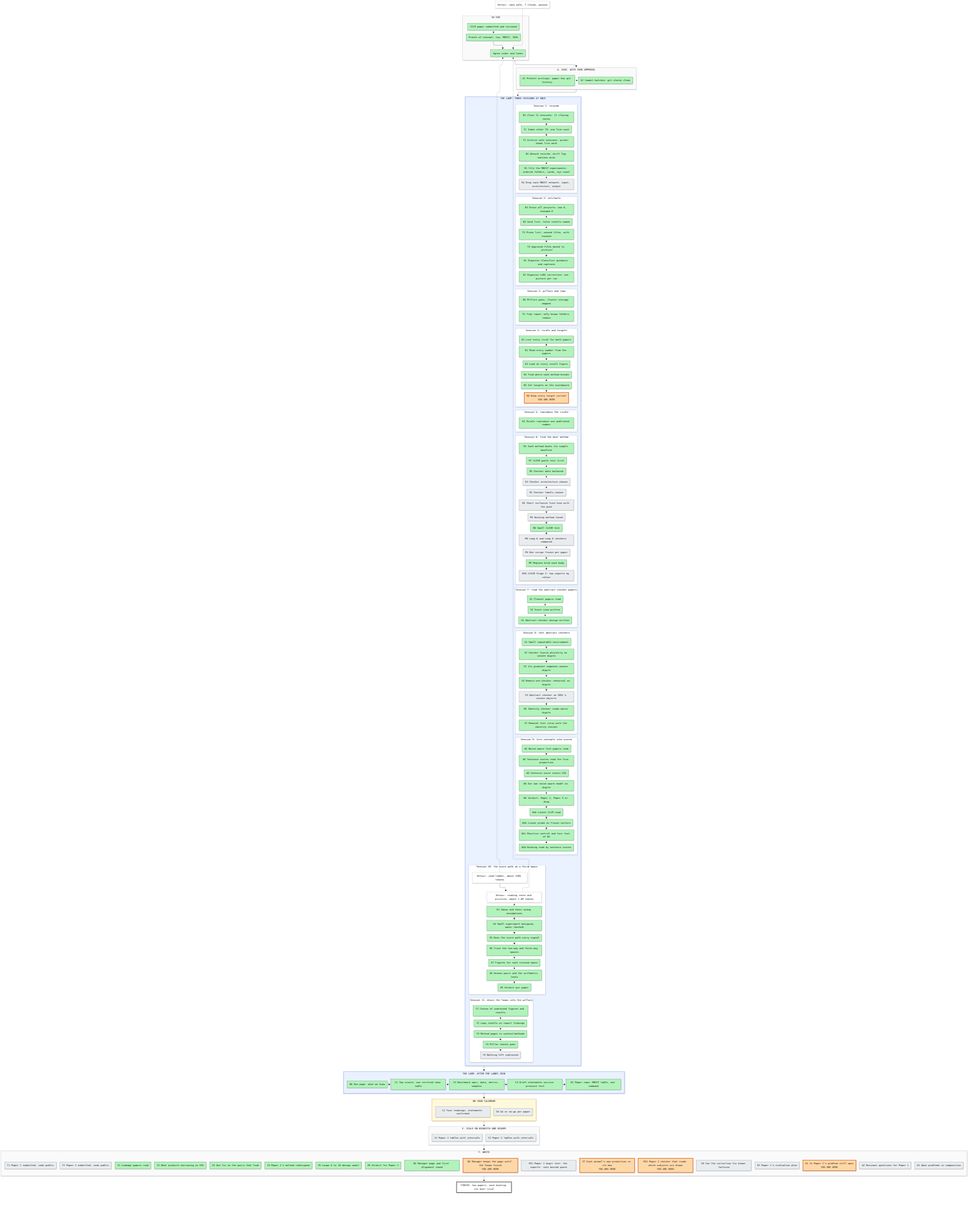
This is artifacts/notes/progress/map.png from mo-rsa24/concept-composition, a Mermaid export, as it was before one commit. Its source is kept beside it as artifacts/notes/progress/map.mmd.
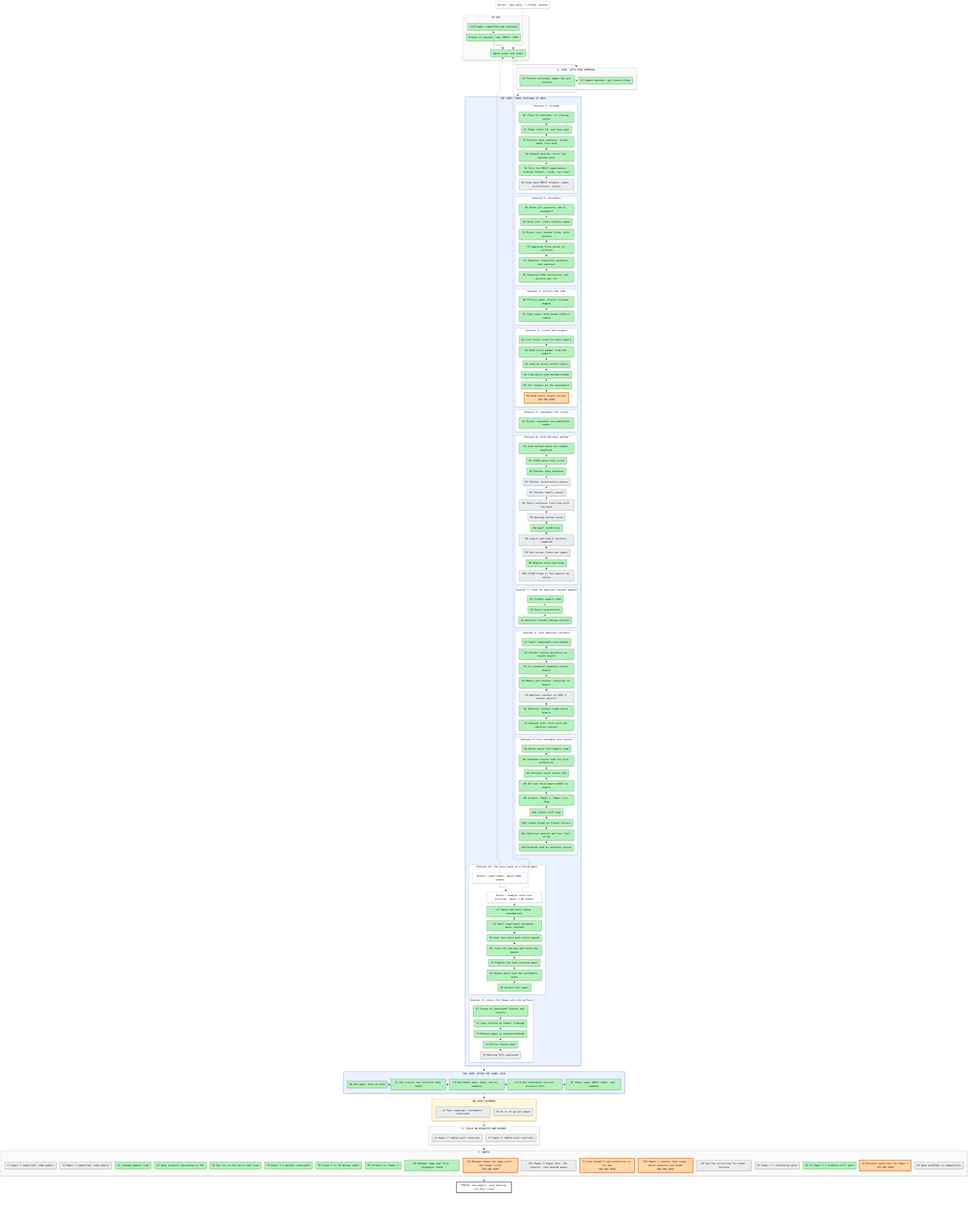
The same diagram one commit later.

Commit message:
Manager: Paper 2's 48-pair test covers four kinds of pairs; complex prompts stated out of scope

Change to the diagram source:
```diff
@@ -74,7 +74,7 @@
   end
   subgraph SF["F. WRITE"]
     direction LR
-    F1["F1 Paper 1 submitted, code public"]:::todo ~~~ F2["F2 Paper 2 submitted, code public"]:::todo ~~~ Z1["Z1 Leakage papers read"]:::done ~~~ Z2["Z2 What predicts borrowing on CO3"]:::done ~~~ Z3["Z3 One fix on the pairs that leak"]:::done ~~~ Z4["Z4 Paper 2's method redesigned"]:::done ~~~ Z5["Z5 Loops 8 to 10 design audit"]:::done ~~~ Z6["Z6 Verdict for Paper 2"]:::done ~~~ N1["N1 Manager page and first alignment round"]:::done ~~~ N2["N2 Manager keeps the page until the loops finish<br/>YOU ARE HERE"]:::doing ~~~ M11["M11 Paper 1 digit test: the experts' vote beside paste"]:::todo ~~~ Z7["Z7 Each animal's own prediction in its box<br/>YOU ARE HERE"]:::doing ~~~ M12["M12 Paper 2 checker that reads which subjects are drawn<br/>YOU ARE HERE"]:::doing ~~~ Z8["Z8 Can the correction fix known failures"]:::todo ~~~ K7["K7 Paper 1's evaluation plan"]:::todo ~~~ G1["G1 Is Paper 2's problem still open<br/>YOU ARE HERE"]:::doing ~~~ G2["G2 Reviewer questions for Paper 1"]:::todo ~~~ G3["G3 Open problems in composition"]:::todo
+    F1["F1 Paper 1 submitted, code public"]:::todo ~~~ F2["F2 Paper 2 submitted, code public"]:::todo ~~~ Z1["Z1 Leakage papers read"]:::done ~~~ Z2["Z2 What predicts borrowing on CO3"]:::done ~~~ Z3["Z3 One fix on the pairs that leak"]:::done ~~~ Z4["Z4 Paper 2's method redesigned"]:::done ~~~ Z5["Z5 Loops 8 to 10 design audit"]:::done ~~~ Z6["Z6 Verdict for Paper 2"]:::done ~~~ N1["N1 Manager page and first alignment round"]:::done ~~~ N2["N2 Manager keeps the page until the loops finish<br/>YOU ARE HERE"]:::doing ~~~ M11["M11 Paper 1 digit test: the experts' vote beside paste"]:::todo ~~~ Z7["Z7 Each animal's own prediction in its box<br/>YOU ARE HERE"]:::doing ~~~ M12["M12 Paper 2 checker that reads which subjects are drawn<br/>YOU ARE HERE"]:::doing ~~~ Z8["Z8 Can the correction fix known failures"]:::todo ~~~ K7["K7 Paper 1's evaluation plan"]:::todo ~~~ G1["G1 Is Paper 2's problem still open"]:::done ~~~ G2["G2 Reviewer questions for Paper 1<br/>YOU ARE HERE"]:::doing ~~~ G3["G3 Open problems in composition"]:::todo
   end
   GOAL["FINISH: two papers, each beating its best rival"]:::goal
   X0["Detour: idea walk, 7 claims, paused"]:::detour -.-> P2
```
